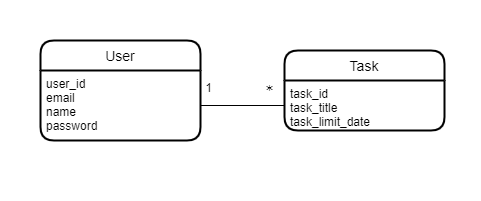
Before: docs/DB設計/ER図.drawio.png, a diagram exported from draw.io (about-yy/ts-todo-app). Source tidied: cells renumbered, new cells last; positions are measured from the earlier drawing's top-left corner, leaving out a move shared by most shapes.
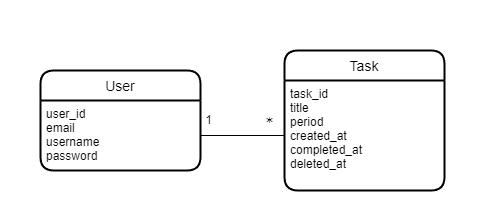
The same diagram one commit later.

Diff of the diagram source:
```diff
@@ -3,28 +3,28 @@
     <mxCell id="0" />
     <mxCell id="1" parent="0" />
     <mxCell id="2" style="rounded=0;whiteSpace=wrap;html=1;strokeColor=none;" parent="1" vertex="1">
-      <mxGeometry width="480" height="200" as="geometry" />
+      <mxGeometry width="480" height="220" as="geometry" />
     </mxCell>
     <mxCell id="3" value="User" style="swimlane;horizontal=1;startSize=30;rounded=1;fontSize=14;fontStyle=0;strokeWidth=2;shadow=0;dashed=0;align=center;" parent="1" vertex="1">
-      <mxGeometry x="40" y="40" width="160" height="100" as="geometry" />
+      <mxGeometry x="40" y="70" width="160" height="100" as="geometry" />
     </mxCell>
-    <mxCell id="4" value="user_id&#10;email&#10;name&#10;password" style="align=left;strokeColor=none;fillColor=none;spacingLeft=4;fontSize=12;verticalAlign=top;" parent="3" vertex="1">
+    <mxCell id="4" value="user_id&#10;email&#10;username&#10;password&#10;" style="align=left;strokeColor=none;fillColor=none;spacingLeft=4;fontSize=12;verticalAlign=top;" parent="3" vertex="1">
       <mxGeometry y="30" width="160" height="70" as="geometry" />
     </mxCell>
     <mxCell id="5" value="Task" style="swimlane;horizontal=1;startSize=30;rounded=1;fontSize=14;fontStyle=0;strokeWidth=2;shadow=0;dashed=0;align=center;" parent="1" vertex="1">
-      <mxGeometry x="284" y="50" width="160" height="80" as="geometry" />
+      <mxGeometry x="284" y="50" width="160" height="140" as="geometry" />
     </mxCell>
-    <mxCell id="6" value="task_id&#10;task_title&#10;task_limit_date" style="align=left;strokeColor=none;fillColor=none;spacingLeft=4;fontSize=12;verticalAlign=top;" parent="5" vertex="1">
-      <mxGeometry y="30" width="160" height="50" as="geometry" />
+    <mxCell id="6" value="task_id&#10;title&#10;period&#10;created_at&#10;completed_at&#10;deleted_at" style="align=left;strokeColor=none;fillColor=none;spacingLeft=4;fontSize=12;verticalAlign=top;" parent="5" vertex="1">
+      <mxGeometry y="30" width="160" height="110" as="geometry" />
     </mxCell>
     <mxCell id="7" style="edgeStyle=orthogonalEdgeStyle;rounded=0;jettySize=auto;html=1;exitX=1;exitY=0.5;exitDx=0;exitDy=0;entryX=0;entryY=0.5;entryDx=0;entryDy=0;endArrow=none;endFill=0;" parent="1" edge="1" source="4" target="6">
       <mxGeometry relative="1" as="geometry" />
     </mxCell>
     <mxCell id="8" value="1" style="text;align=center;verticalAlign=middle;strokeColor=none;fillColor=none;imageAspect=1;spacing=0;html=1;fontColor=default;" parent="1" vertex="1">
-      <mxGeometry x="193" y="78" width="30" height="20" as="geometry" />
+      <mxGeometry x="193" y="110" width="30" height="20" as="geometry" />
     </mxCell>
     <mxCell id="9" value="＊" style="text;align=center;verticalAlign=middle;strokeColor=none;fillColor=none;imageAspect=1;spacing=0;html=1;fontColor=default;" parent="1" vertex="1">
-      <mxGeometry x="254" y="78" width="30" height="20" as="geometry" />
+      <mxGeometry x="254" y="110" width="30" height="20" as="geometry" />
     </mxCell>
   </root>
 </mxGraphModel>
```
